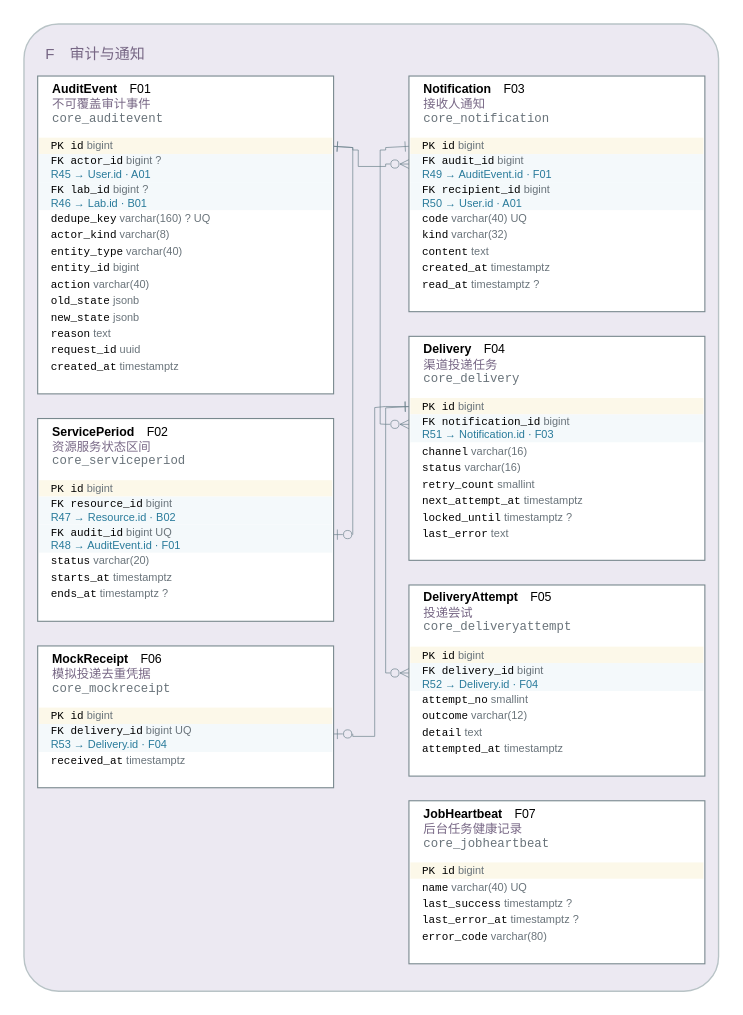
Earlier version of the draw.io diagram models/图形源文件/图D-7-审计与通知ERD.drawio (yvming67-gif/campus-lab-equipment-manager). Source tidied: cells renumbered, new cells numbered last; positions are measured from the earlier drawing's top-left corner, leaving out a move shared by most shapes. Both pictures are drawn from the tidied source at 137%, with x=0, y=0 at pixel (23, 23).
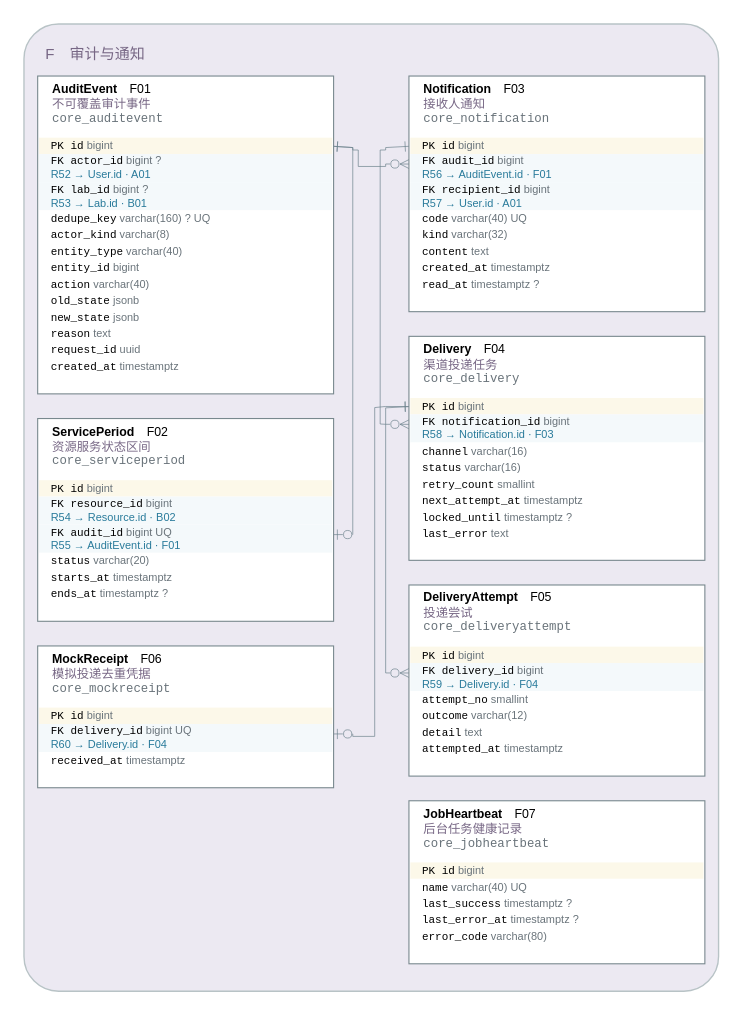
Above is the later version.

Unchanged cells that the change refers to:
```xml
<mxCell id="6" style="rounded=0;fillColor=#ffffff;strokeColor=#78888e;strokeWidth=0.8;" parent="3" vertex="1">
  <mxGeometry x="10" y="38" width="216" height="232" as="geometry" />
</mxCell>
<mxCell id="21" style="rounded=0;fillColor=#ffffff;strokeColor=#78888e;strokeWidth=0.8;" parent="3" vertex="1">
  <mxGeometry x="10" y="288" width="216" height="148" as="geometry" />
</mxCell>
<mxCell id="29" style="rounded=0;fillColor=#ffffff;strokeColor=#78888e;strokeWidth=0.8;" parent="3" vertex="1">
  <mxGeometry x="10" y="454" width="216" height="103.5" as="geometry" />
</mxCell>
<mxCell id="34" style="rounded=0;fillColor=#ffffff;strokeColor=#78888e;strokeWidth=0.8;" parent="3" vertex="1">
  <mxGeometry x="281" y="38" width="216" height="172" as="geometry" />
</mxCell>
<mxCell id="44" style="rounded=0;fillColor=#ffffff;strokeColor=#78888e;strokeWidth=0.8;" parent="3" vertex="1">
  <mxGeometry x="281" y="228" width="216" height="163.5" as="geometry" />
</mxCell>
<mxCell id="54" style="rounded=0;fillColor=#ffffff;strokeColor=#78888e;strokeWidth=0.8;" parent="3" vertex="1">
  <mxGeometry x="281" y="409.5" width="216" height="139.5" as="geometry" />
</mxCell>
```

The edit, as a diff of the source:
```diff
@@
-    <mxCell id="9" value="&lt;font face='Consolas'&gt;FK actor_id&lt;/font&gt; &lt;font color='#69737a'&gt;bigint ?&lt;/font&gt;&lt;br/&gt;&lt;font color='#287a9a'&gt;R45 → User.id · A01&lt;/font&gt;" style="text;html=1;whiteSpace=wrap;fillColor=#f4f9fb;strokeColor=none;align=left;verticalAlign=middle;spacingLeft=7;fontSize=8;fontFamily=Microsoft YaHei;" parent="6" vertex="1">
+    <mxCell id="9" value="&lt;font face='Consolas'&gt;FK actor_id&lt;/font&gt; &lt;font color='#69737a'&gt;bigint ?&lt;/font&gt;&lt;br/&gt;&lt;font color='#287a9a'&gt;R52 → User.id · A01&lt;/font&gt;" style="text;html=1;whiteSpace=wrap;fillColor=#f4f9fb;strokeColor=none;align=left;verticalAlign=middle;spacingLeft=7;fontSize=8;fontFamily=Microsoft YaHei;" parent="6" vertex="1">
       <mxGeometry x="1" y="57" width="214" height="20.5" as="geometry" />
     </mxCell>
-    <mxCell id="10" value="&lt;font face='Consolas'&gt;FK lab_id&lt;/font&gt; &lt;font color='#69737a'&gt;bigint ?&lt;/font&gt;&lt;br/&gt;&lt;font color='#287a9a'&gt;R46 → Lab.id · B01&lt;/font&gt;" style="text;html=1;whiteSpace=wrap;fillColor=#f4f9fb;strokeColor=none;align=left;verticalAlign=middle;spacingLeft=7;fontSize=8;fontFamily=Microsoft YaHei;" parent="6" vertex="1">
+    <mxCell id="10" value="&lt;font face='Consolas'&gt;FK lab_id&lt;/font&gt; &lt;font color='#69737a'&gt;bigint ?&lt;/font&gt;&lt;br/&gt;&lt;font color='#287a9a'&gt;R53 → Lab.id · B01&lt;/font&gt;" style="text;html=1;whiteSpace=wrap;fillColor=#f4f9fb;strokeColor=none;align=left;verticalAlign=middle;spacingLeft=7;fontSize=8;fontFamily=Microsoft YaHei;" parent="6" vertex="1">
       <mxGeometry x="1" y="77.5" width="214" height="20.5" as="geometry" />
     </mxCell>
@@
-    <mxCell id="24" value="&lt;font face='Consolas'&gt;FK resource_id&lt;/font&gt; &lt;font color='#69737a'&gt;bigint&lt;/font&gt;&lt;br/&gt;&lt;font color='#287a9a'&gt;R47 → Resource.id · B02&lt;/font&gt;" style="text;html=1;whiteSpace=wrap;fillColor=#f4f9fb;strokeColor=none;align=left;verticalAlign=middle;spacingLeft=7;fontSize=8;fontFamily=Microsoft YaHei;" parent="21" vertex="1">
+    <mxCell id="24" value="&lt;font face='Consolas'&gt;FK resource_id&lt;/font&gt; &lt;font color='#69737a'&gt;bigint&lt;/font&gt;&lt;br/&gt;&lt;font color='#287a9a'&gt;R54 → Resource.id · B02&lt;/font&gt;" style="text;html=1;whiteSpace=wrap;fillColor=#f4f9fb;strokeColor=none;align=left;verticalAlign=middle;spacingLeft=7;fontSize=8;fontFamily=Microsoft YaHei;" parent="21" vertex="1">
       <mxGeometry x="1" y="57" width="214" height="20.5" as="geometry" />
     </mxCell>
-    <mxCell id="25" value="&lt;font face='Consolas'&gt;FK audit_id&lt;/font&gt; &lt;font color='#69737a'&gt;bigint UQ&lt;/font&gt;&lt;br/&gt;&lt;font color='#287a9a'&gt;R48 → AuditEvent.id · F01&lt;/font&gt;" style="text;html=1;whiteSpace=wrap;fillColor=#f4f9fb;strokeColor=none;align=left;verticalAlign=middle;spacingLeft=7;fontSize=8;fontFamily=Microsoft YaHei;" parent="21" vertex="1">
+    <mxCell id="25" value="&lt;font face='Consolas'&gt;FK audit_id&lt;/font&gt; &lt;font color='#69737a'&gt;bigint UQ&lt;/font&gt;&lt;br/&gt;&lt;font color='#287a9a'&gt;R55 → AuditEvent.id · F01&lt;/font&gt;" style="text;html=1;whiteSpace=wrap;fillColor=#f4f9fb;strokeColor=none;align=left;verticalAlign=middle;spacingLeft=7;fontSize=8;fontFamily=Microsoft YaHei;" parent="21" vertex="1">
       <mxGeometry x="1" y="77.5" width="214" height="20.5" as="geometry" />
     </mxCell>
@@
-    <mxCell id="32" value="&lt;font face='Consolas'&gt;FK delivery_id&lt;/font&gt; &lt;font color='#69737a'&gt;bigint UQ&lt;/font&gt;&lt;br/&gt;&lt;font color='#287a9a'&gt;R53 → Delivery.id · F04&lt;/font&gt;" style="text;html=1;whiteSpace=wrap;fillColor=#f4f9fb;strokeColor=none;align=left;verticalAlign=middle;spacingLeft=7;fontSize=8;fontFamily=Microsoft YaHei;" parent="29" vertex="1">
+    <mxCell id="32" value="&lt;font face='Consolas'&gt;FK delivery_id&lt;/font&gt; &lt;font color='#69737a'&gt;bigint UQ&lt;/font&gt;&lt;br/&gt;&lt;font color='#287a9a'&gt;R60 → Delivery.id · F04&lt;/font&gt;" style="text;html=1;whiteSpace=wrap;fillColor=#f4f9fb;strokeColor=none;align=left;verticalAlign=middle;spacingLeft=7;fontSize=8;fontFamily=Microsoft YaHei;" parent="29" vertex="1">
       <mxGeometry x="1" y="57" width="214" height="20.5" as="geometry" />
     </mxCell>
@@
-    <mxCell id="37" value="&lt;font face='Consolas'&gt;FK audit_id&lt;/font&gt; &lt;font color='#69737a'&gt;bigint&lt;/font&gt;&lt;br/&gt;&lt;font color='#287a9a'&gt;R49 → AuditEvent.id · F01&lt;/font&gt;" style="text;html=1;whiteSpace=wrap;fillColor=#f4f9fb;strokeColor=none;align=left;verticalAlign=middle;spacingLeft=7;fontSize=8;fontFamily=Microsoft YaHei;" parent="34" vertex="1">
+    <mxCell id="37" value="&lt;font face='Consolas'&gt;FK audit_id&lt;/font&gt; &lt;font color='#69737a'&gt;bigint&lt;/font&gt;&lt;br/&gt;&lt;font color='#287a9a'&gt;R56 → AuditEvent.id · F01&lt;/font&gt;" style="text;html=1;whiteSpace=wrap;fillColor=#f4f9fb;strokeColor=none;align=left;verticalAlign=middle;spacingLeft=7;fontSize=8;fontFamily=Microsoft YaHei;" parent="34" vertex="1">
       <mxGeometry x="1" y="57" width="214" height="20.5" as="geometry" />
     </mxCell>
-    <mxCell id="38" value="&lt;font face='Consolas'&gt;FK recipient_id&lt;/font&gt; &lt;font color='#69737a'&gt;bigint&lt;/font&gt;&lt;br/&gt;&lt;font color='#287a9a'&gt;R50 → User.id · A01&lt;/font&gt;" style="text;html=1;whiteSpace=wrap;fillColor=#f4f9fb;strokeColor=none;align=left;verticalAlign=middle;spacingLeft=7;fontSize=8;fontFamily=Microsoft YaHei;" parent="34" vertex="1">
+    <mxCell id="38" value="&lt;font face='Consolas'&gt;FK recipient_id&lt;/font&gt; &lt;font color='#69737a'&gt;bigint&lt;/font&gt;&lt;br/&gt;&lt;font color='#287a9a'&gt;R57 → User.id · A01&lt;/font&gt;" style="text;html=1;whiteSpace=wrap;fillColor=#f4f9fb;strokeColor=none;align=left;verticalAlign=middle;spacingLeft=7;fontSize=8;fontFamily=Microsoft YaHei;" parent="34" vertex="1">
       <mxGeometry x="1" y="77.5" width="214" height="20.5" as="geometry" />
     </mxCell>
@@
-    <mxCell id="47" value="&lt;font face='Consolas'&gt;FK notification_id&lt;/font&gt; &lt;font color='#69737a'&gt;bigint&lt;/font&gt;&lt;br/&gt;&lt;font color='#287a9a'&gt;R51 → Notification.id · F03&lt;/font&gt;" style="text;html=1;whiteSpace=wrap;fillColor=#f4f9fb;strokeColor=none;align=left;verticalAlign=middle;spacingLeft=7;fontSize=8;fontFamily=Microsoft YaHei;" parent="44" vertex="1">
+    <mxCell id="47" value="&lt;font face='Consolas'&gt;FK notification_id&lt;/font&gt; &lt;font color='#69737a'&gt;bigint&lt;/font&gt;&lt;br/&gt;&lt;font color='#287a9a'&gt;R58 → Notification.id · F03&lt;/font&gt;" style="text;html=1;whiteSpace=wrap;fillColor=#f4f9fb;strokeColor=none;align=left;verticalAlign=middle;spacingLeft=7;fontSize=8;fontFamily=Microsoft YaHei;" parent="44" vertex="1">
       <mxGeometry x="1" y="57" width="214" height="20.5" as="geometry" />
     </mxCell>
@@
-    <mxCell id="57" value="&lt;font face='Consolas'&gt;FK delivery_id&lt;/font&gt; &lt;font color='#69737a'&gt;bigint&lt;/font&gt;&lt;br/&gt;&lt;font color='#287a9a'&gt;R52 → Delivery.id · F04&lt;/font&gt;" style="text;html=1;whiteSpace=wrap;fillColor=#f4f9fb;strokeColor=none;align=left;verticalAlign=middle;spacingLeft=7;fontSize=8;fontFamily=Microsoft YaHei;" parent="54" vertex="1">
+    <mxCell id="57" value="&lt;font face='Consolas'&gt;FK delivery_id&lt;/font&gt; &lt;font color='#69737a'&gt;bigint&lt;/font&gt;&lt;br/&gt;&lt;font color='#287a9a'&gt;R59 → Delivery.id · F04&lt;/font&gt;" style="text;html=1;whiteSpace=wrap;fillColor=#f4f9fb;strokeColor=none;align=left;verticalAlign=middle;spacingLeft=7;fontSize=8;fontFamily=Microsoft YaHei;" parent="54" vertex="1">
       <mxGeometry x="1" y="57" width="214" height="20.5" as="geometry" />
     </mxCell>
```
